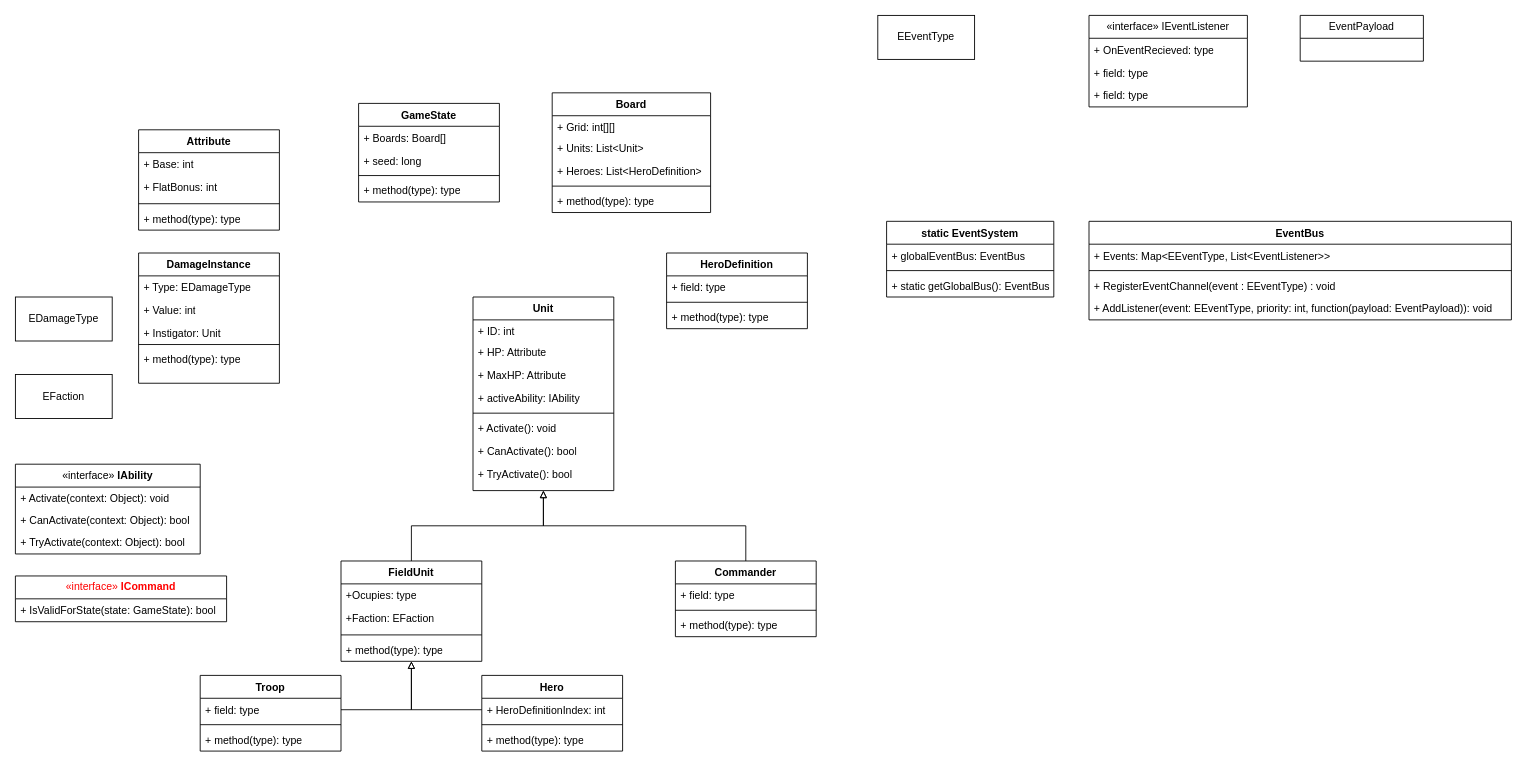
PrimalConquest/Documentation keeps this draw.io diagram as Simulation/SimulationUML.drawio. Above is the earlier version. Source tidied: cells renumbered, new cells numbered last; positions are measured from the earlier drawing's top-left corner, leaving out a move shared by most shapes. Both pictures are drawn from the tidied source at 88%, with x=0, y=0 at pixel (15, 15).
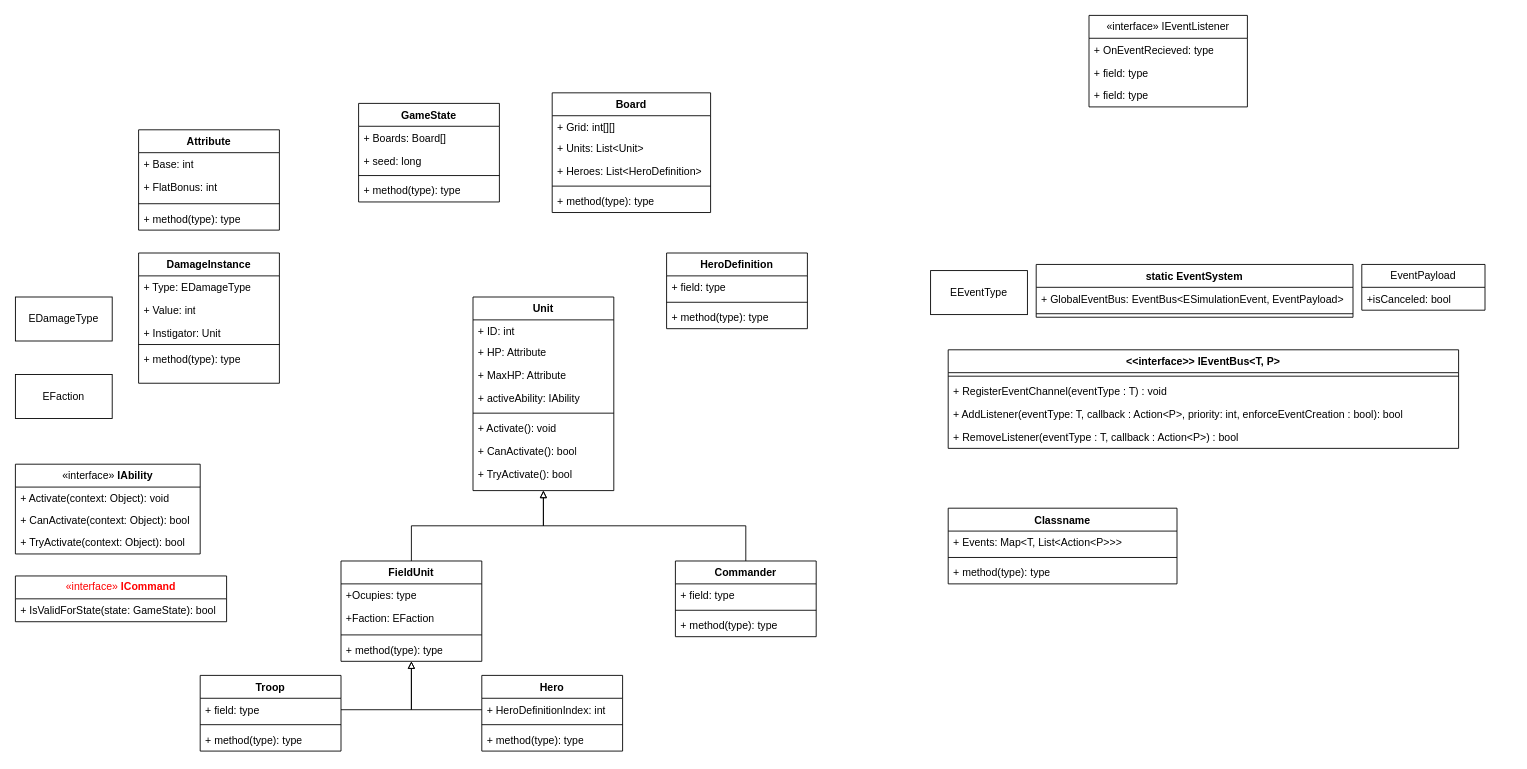
Above is the later version.

Commit message (it also covers changes not shown here):
event system

What changed in the source:
```diff
@@
-    <mxCell id="66" value="EventBus" style="swimlane;fontStyle=1;align=center;verticalAlign=top;horizontal=1;startSize=26;whiteSpace=wrap;html=1;" parent="1" vertex="1">
-      <mxGeometry x="1220" y="234" width="480" height="112" as="geometry" />
-    </mxCell>
-    <mxCell id="67" value="+ Events: Map&amp;lt;EEventType, List&amp;lt;EventListener&amp;gt;&amp;gt;" style="text;strokeColor=none;fillColor=none;align=left;verticalAlign=top;spacingLeft=4;spacingRight=4;overflow=hidden;whiteSpace=wrap;html=1;" parent="66" vertex="1">
-      <mxGeometry y="26" width="480" height="26" as="geometry" />
-    </mxCell>
-    <mxCell id="68" style="line;strokeWidth=1;fillColor=none;align=left;verticalAlign=middle;spacingTop=-1;spacingLeft=3;spacingRight=3;labelPosition=right;strokeColor=inherit;" parent="66" vertex="1">
-      <mxGeometry y="52" width="480" height="8" as="geometry" />
-    </mxCell>
-    <mxCell id="69" value="+ RegisterEventChannel(event : EEventType) : void" style="text;strokeColor=none;fillColor=none;align=left;verticalAlign=top;spacingLeft=4;spacingRight=4;overflow=hidden;whiteSpace=wrap;html=1;" parent="66" vertex="1">
-      <mxGeometry y="60" width="480" height="26" as="geometry" />
-    </mxCell>
-    <mxCell id="70" value="+ AddListener(event: EEventType, priority: int, function(payload: EventPayload)): void" style="text;strokeColor=none;fillColor=none;align=left;verticalAlign=top;spacingLeft=4;spacingRight=4;overflow=hidden;whiteSpace=wrap;html=1;" parent="66" vertex="1">
-      <mxGeometry y="86" width="480" height="26" as="geometry" />
-    </mxCell>
     <mxCell id="71" value="EEventType" style="html=1;whiteSpace=wrap;" parent="1" vertex="1">
-      <mxGeometry x="980" width="110" height="50" as="geometry" />
+      <mxGeometry x="1040" y="290" width="110" height="50" as="geometry" />
     </mxCell>
     <mxCell id="72" value="EventPayload" style="swimlane;fontStyle=0;horizontal=1;startSize=26;fillColor=none;whiteSpace=wrap;html=1;" parent="1" vertex="1">
-      <mxGeometry x="1460" width="140" height="52" as="geometry" />
+      <mxGeometry x="1530" y="283" width="140" height="52" as="geometry" />
     </mxCell>
+    <mxCell id="81" value="+isCanceled: bool" style="text;strokeColor=none;fillColor=none;align=left;verticalAlign=top;spacingLeft=4;spacingRight=4;overflow=hidden;whiteSpace=wrap;html=1;" parent="72" vertex="1">
+      <mxGeometry y="26" width="140" height="26" as="geometry" />
+    </mxCell>
@@
     <mxCell id="77" value="static EventSystem" style="swimlane;fontStyle=1;align=center;verticalAlign=top;horizontal=1;startSize=26;whiteSpace=wrap;html=1;" parent="1" vertex="1">
-      <mxGeometry x="990" y="234" width="190" height="86" as="geometry" />
+      <mxGeometry x="1160" y="283" width="360" height="60" as="geometry" />
     </mxCell>
-    <mxCell id="78" value="+ globalEventBus: EventBus" style="text;strokeColor=none;fillColor=none;align=left;verticalAlign=top;spacingLeft=4;spacingRight=4;overflow=hidden;whiteSpace=wrap;html=1;" parent="77" vertex="1">
-      <mxGeometry y="26" width="190" height="26" as="geometry" />
+    <mxCell id="78" value="+ GlobalEventBus: EventBus&amp;lt;ESimulationEvent, EventPayload&amp;gt;" style="text;strokeColor=none;fillColor=none;align=left;verticalAlign=top;spacingLeft=4;spacingRight=4;overflow=hidden;whiteSpace=wrap;html=1;" parent="77" vertex="1">
+      <mxGeometry y="26" width="360" height="26" as="geometry" />
     </mxCell>
     <mxCell id="79" style="line;strokeWidth=1;fillColor=none;align=left;verticalAlign=middle;spacingTop=-1;spacingLeft=3;spacingRight=3;labelPosition=right;strokeColor=inherit;" parent="77" vertex="1">
-      <mxGeometry y="52" width="190" height="8" as="geometry" />
+      <mxGeometry y="52" width="360" height="8" as="geometry" />
     </mxCell>
-    <mxCell id="80" value="+ static getGlobalBus(): EventBus" style="text;strokeColor=none;fillColor=none;align=left;verticalAlign=top;spacingLeft=4;spacingRight=4;overflow=hidden;whiteSpace=wrap;html=1;" parent="77" vertex="1">
-      <mxGeometry y="60" width="190" height="26" as="geometry" />
-    </mxCell>
+    <mxCell id="82" value="&amp;lt;&amp;lt;interface&amp;gt;&amp;gt; IEventBus&amp;lt;T, P&amp;gt;" style="swimlane;fontStyle=1;align=center;verticalAlign=top;horizontal=1;startSize=26;whiteSpace=wrap;html=1;" parent="1" vertex="1">
+      <mxGeometry x="1060" y="380" width="580" height="112" as="geometry" />
+    </mxCell>
+    <mxCell id="83" style="line;strokeWidth=1;fillColor=none;align=left;verticalAlign=middle;spacingTop=-1;spacingLeft=3;spacingRight=3;labelPosition=right;strokeColor=inherit;" parent="82" vertex="1">
+      <mxGeometry y="26" width="580" height="8" as="geometry" />
+    </mxCell>
+    <mxCell id="84" value="+ RegisterEventChannel(eventType : T) : void" style="text;strokeColor=none;fillColor=none;align=left;verticalAlign=top;spacingLeft=4;spacingRight=4;overflow=hidden;whiteSpace=wrap;html=1;" parent="82" vertex="1">
+      <mxGeometry y="34" width="580" height="26" as="geometry" />
+    </mxCell>
+    <mxCell id="85" value="+ AddListener(eventType: T, callback : Action&amp;lt;P&amp;gt;, priority: int, enforceEventCreation : bool): bool" style="text;strokeColor=none;fillColor=none;align=left;verticalAlign=top;spacingLeft=4;spacingRight=4;overflow=hidden;whiteSpace=wrap;html=1;" parent="82" vertex="1">
+      <mxGeometry y="60" width="580" height="26" as="geometry" />
+    </mxCell>
+    <mxCell id="86" value="+ RemoveListener(eventType : T, callback : Action&amp;lt;P&amp;gt;) : bool" style="text;strokeColor=none;fillColor=none;align=left;verticalAlign=top;spacingLeft=4;spacingRight=4;overflow=hidden;whiteSpace=wrap;html=1;" parent="82" vertex="1">
+      <mxGeometry y="86" width="580" height="26" as="geometry" />
+    </mxCell>
+    <mxCell id="87" value="Classname" style="swimlane;fontStyle=1;align=center;verticalAlign=top;horizontal=1;startSize=26;whiteSpace=wrap;html=1;" parent="1" vertex="1">
+      <mxGeometry x="1060" y="560" width="260" height="86" as="geometry" />
+    </mxCell>
+    <mxCell id="88" value="+ Events: Map&amp;lt;T, List&amp;lt;Action&amp;lt;P&amp;gt;&amp;gt;&amp;gt;" style="text;strokeColor=none;fillColor=none;align=left;verticalAlign=top;spacingLeft=4;spacingRight=4;overflow=hidden;whiteSpace=wrap;html=1;" parent="87" vertex="1">
+      <mxGeometry y="26" width="260" height="26" as="geometry" />
+    </mxCell>
+    <mxCell id="89" style="line;strokeWidth=1;fillColor=none;align=left;verticalAlign=middle;spacingTop=-1;spacingLeft=3;spacingRight=3;labelPosition=right;strokeColor=inherit;" parent="87" vertex="1">
+      <mxGeometry y="52" width="260" height="8" as="geometry" />
+    </mxCell>
+    <mxCell id="90" value="+ method(type): type" style="text;strokeColor=none;fillColor=none;align=left;verticalAlign=top;spacingLeft=4;spacingRight=4;overflow=hidden;whiteSpace=wrap;html=1;" parent="87" vertex="1">
+      <mxGeometry y="60" width="260" height="26" as="geometry" />
+    </mxCell>
```
